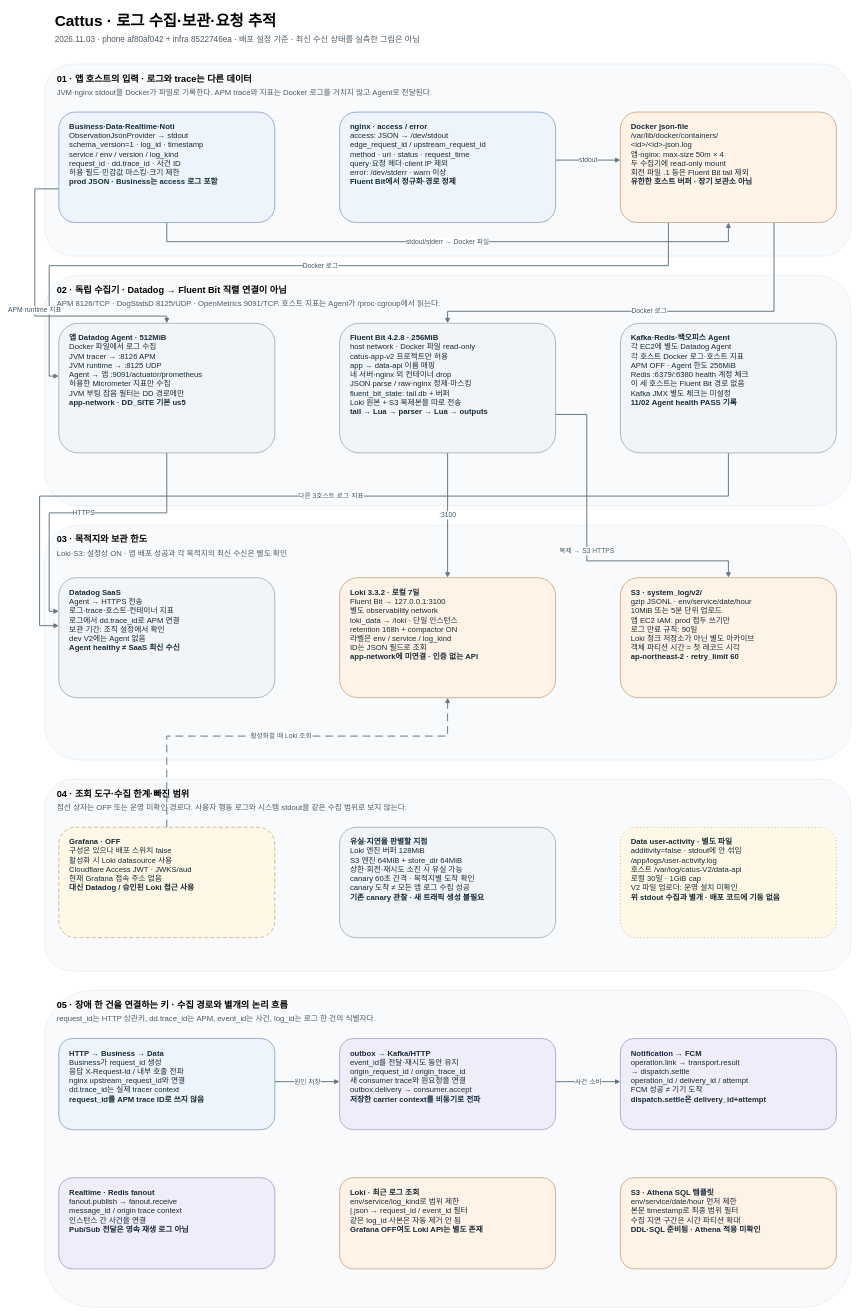
Before: portfolio/diagrams/06-logging.drawio.xml in OneOrThree/oneorthree-docs, a draw.io diagram. Source tidied: cells renumbered, new cells numbered last; positions are measured from the earlier drawing's top-left corner, leaving out a move shared by most shapes. Both pictures are drawn from the tidied source at 48%, with x=0, y=0 at pixel (35, 8).
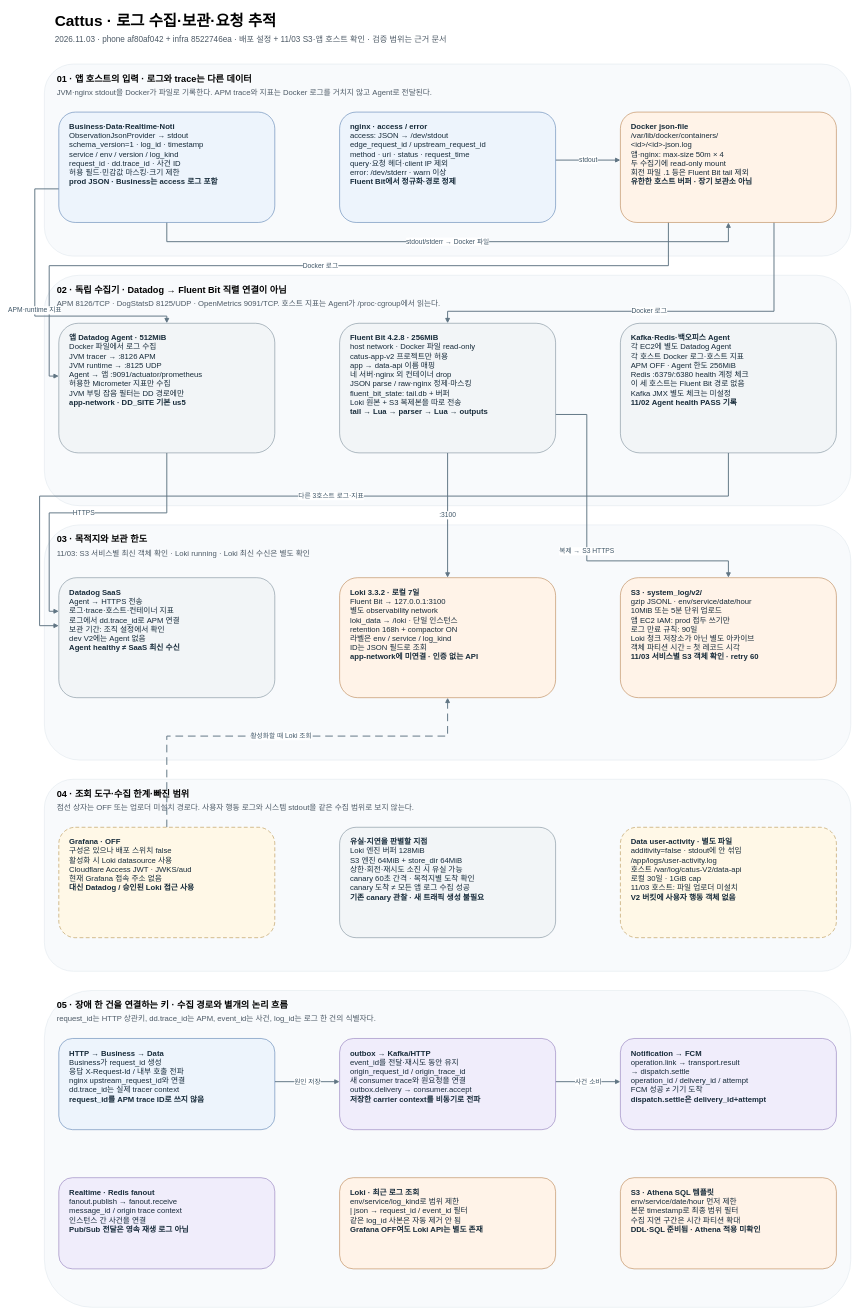
The same diagram, later.

What changed in the source:
```diff
@@
-    <mxCell id="3" value="2026.11.03 · phone af80af042 + infra 8522746ea · 배포 설정 기준 · 최신 수신 상태를 실측한 그림은 아님" style="text;html=0;fontSize=17;align=left;fontColor=#4d5a66;" parent="1" vertex="1">
+    <mxCell id="3" value="2026.11.03 · phone af80af042 + infra 8522746ea · 배포 설정 + 11/03 S3·앱 호스트 확인 · 검증 범위는 근거 문서" style="text;html=0;fontSize=17;align=left;fontColor=#4d5a66;" parent="1" vertex="1">
       <mxGeometry x="40" y="48" width="1640" height="30" as="geometry" />
     </mxCell>
@@
-    <mxCell id="12" value="Loki·S3: 설정상 ON · 앱 배포 성공과 각 목적지의 최신 수신은 별도 확인" style="text;html=0;fontSize=16;align=left;fontColor=#4d5a66;" parent="1" vertex="1">
+    <mxCell id="12" value="11/03: S3 서비스별 최신 객체 확인 · Loki running · Loki 최신 수신은 별도 확인" style="text;html=0;fontSize=16;align=left;fontColor=#4d5a66;" parent="1" vertex="1">
       <mxGeometry x="44" y="1119" width="1632" height="26" as="geometry" />
     </mxCell>
@@
-    <mxCell id="15" value="점선 상자는 OFF 또는 운영 미확인 경로다. 사용자 행동 로그와 시스템 stdout을 같은 수집 범위로 보지 않는다." style="text;html=0;fontSize=16;align=left;fontColor=#4d5a66;" parent="1" vertex="1">
+    <mxCell id="15" value="점선 상자는 OFF 또는 업로더 미설치 경로다. 사용자 행동 로그와 시스템 stdout을 같은 수집 범위로 보지 않는다." style="text;html=0;fontSize=16;align=left;fontColor=#4d5a66;" parent="1" vertex="1">
       <mxGeometry x="44" y="1649" width="1632" height="26" as="geometry" />
     </mxCell>
@@
-    <mxCell id="39" value="&lt;b&gt;S3 · system_log/v2/&lt;/b&gt;&lt;br&gt;gzip JSONL · env/service/date/hour&lt;br&gt;10MiB 또는 5분 단위 업로드&lt;br&gt;앱 EC2 IAM: prod 접두 쓰기만&lt;br&gt;로그 만료 규칙: 90일&lt;br&gt;Loki 청크 저장소가 아닌 별도 아카이브&lt;br&gt;객체 파티션 시간 = 첫 레코드 시각&lt;br&gt;&lt;b&gt;ap-northeast-2 · retry_limit 60&lt;/b&gt;" style="rounded=1;whiteSpace=wrap;html=1;fillColor=#fff3e8;strokeColor=#a9682b;fontColor=#172b3a;fontSize=16;align=left;verticalAlign=top;spacingTop=14;spacingLeft=20;spacingRight=14;spacingBottom=12;" parent="1" vertex="1">
+    <mxCell id="39" value="&lt;b&gt;S3 · system_log/v2/&lt;/b&gt;&lt;br&gt;gzip JSONL · env/service/date/hour&lt;br&gt;10MiB 또는 5분 단위 업로드&lt;br&gt;앱 EC2 IAM: prod 접두 쓰기만&lt;br&gt;로그 만료 규칙: 90일&lt;br&gt;Loki 청크 저장소가 아닌 별도 아카이브&lt;br&gt;객체 파티션 시간 = 첫 레코드 시각&lt;br&gt;&lt;b&gt;11/03 서비스별 S3 객체 확인 · retry 60&lt;/b&gt;" style="rounded=1;whiteSpace=wrap;html=1;fillColor=#fff3e8;strokeColor=#a9682b;fontColor=#172b3a;fontSize=16;align=left;verticalAlign=top;spacingTop=14;spacingLeft=20;spacingRight=14;spacingBottom=12;" parent="1" vertex="1">
       <mxGeometry x="1220" y="1186" width="450" height="250" as="geometry" />
     </mxCell>
@@
-    <mxCell id="42" value="&lt;b&gt;Data user-activity · 별도 파일&lt;/b&gt;&lt;br&gt;additivity=false · stdout에 안 섞임&lt;br&gt;/app/logs/user-activity.log&lt;br&gt;호스트 /var/log/catus-V2/data-api&lt;br&gt;로컬 30일 · 1GiB cap&lt;br&gt;V2 파일 업로더: 운영 설치 미확인&lt;br&gt;&lt;b&gt;위 stdout 수집과 별개 · 배포 코드에 기동 없음&lt;/b&gt;" style="rounded=1;whiteSpace=wrap;html=1;fillColor=#fff8e7;strokeColor=#a67b26;fontColor=#172b3a;fontSize=16;align=left;verticalAlign=top;spacingTop=14;spacingLeft=20;spacingRight=14;spacingBottom=12;dashed=1;dashPattern=2 5;" parent="1" vertex="1">
+    <mxCell id="42" value="&lt;b&gt;Data user-activity · 별도 파일&lt;/b&gt;&lt;br&gt;additivity=false · stdout에 안 섞임&lt;br&gt;/app/logs/user-activity.log&lt;br&gt;호스트 /var/log/catus-V2/data-api&lt;br&gt;로컬 30일 · 1GiB cap&lt;br&gt;11/03 호스트: 파일 업로더 미설치&lt;br&gt;&lt;b&gt;V2 버킷에 사용자 행동 객체 없음&lt;/b&gt;" style="rounded=1;whiteSpace=wrap;html=1;fillColor=#fff8e7;strokeColor=#a67b26;fontColor=#172b3a;fontSize=16;align=left;verticalAlign=top;spacingTop=14;spacingLeft=20;spacingRight=14;spacingBottom=12;dashed=1;dashPattern=8 5;" parent="1" vertex="1">
       <mxGeometry x="1220" y="1706" width="450" height="230" as="geometry" />
     </mxCell>
```
